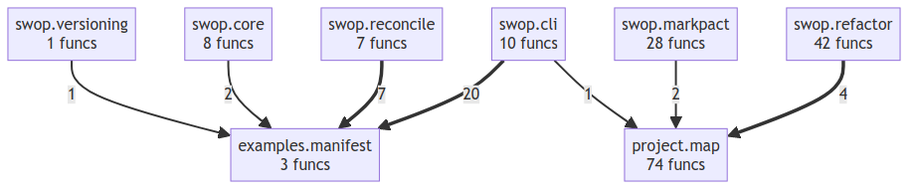
This is project/compact_flow.png from semcod/swop, a Mermaid export, as it was before one commit. Its source is kept beside it as project/compact_flow.mmd.
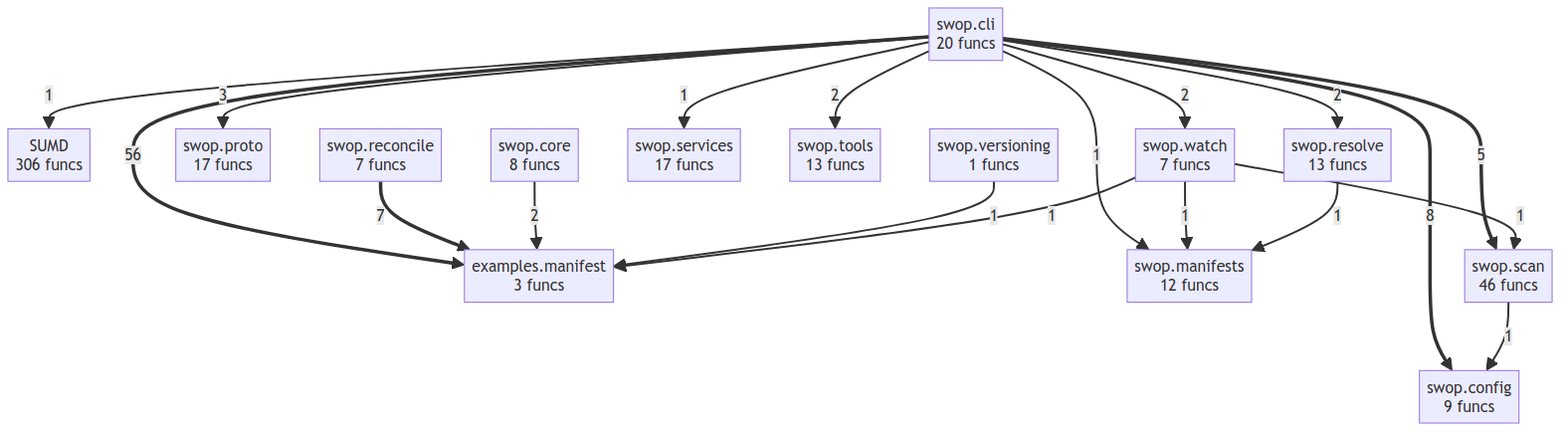
After the change.

Diff of the diagram source:
```diff
@@ -1,16 +1,33 @@
 flowchart TD
+    SUMD["SUMD<br/>306 funcs"]
     examples__manifest["examples.manifest<br/>3 funcs"]
-    project__map["project.map<br/>74 funcs"]
-    swop__cli["swop.cli<br/>10 funcs"]
+    swop__cli["swop.cli<br/>20 funcs"]
+    swop__config["swop.config<br/>9 funcs"]
     swop__core["swop.core<br/>8 funcs"]
-    swop__markpact["swop.markpact<br/>28 funcs"]
+    swop__manifests["swop.manifests<br/>12 funcs"]
+    swop__proto["swop.proto<br/>17 funcs"]
     swop__reconcile["swop.reconcile<br/>7 funcs"]
-    swop__refactor["swop.refactor<br/>42 funcs"]
+    swop__resolve["swop.resolve<br/>13 funcs"]
+    swop__scan["swop.scan<br/>46 funcs"]
+    swop__services["swop.services<br/>17 funcs"]
+    swop__tools["swop.tools<br/>13 funcs"]
     swop__versioning["swop.versioning<br/>1 funcs"]
-    swop__cli ==>|20| examples__manifest
+    swop__watch["swop.watch<br/>7 funcs"]
+    swop__cli ==>|56| examples__manifest
+    swop__cli ==>|8| swop__config
     swop__reconcile ==>|7| examples__manifest
-    swop__refactor ==>|4| project__map
+    swop__cli ==>|5| swop__scan
+    swop__cli -->|3| swop__proto
+    swop__cli -->|2| swop__tools
+    swop__cli -->|2| swop__watch
+    swop__cli -->|2| swop__resolve
     swop__core -->|2| examples__manifest
-    swop__markpact -->|2| project__map
-    swop__cli -->|1| project__map
+    swop__cli -->|1| swop__manifests
+    swop__cli -->|1| swop__services
+    swop__cli -->|1| SUMD
     swop__versioning -->|1| examples__manifest
+    swop__scan -->|1| swop__config
+    swop__watch -->|1| swop__scan
+    swop__watch -->|1| swop__manifests
+    swop__watch -->|1| examples__manifest
+    swop__resolve -->|1| swop__manifests
```
